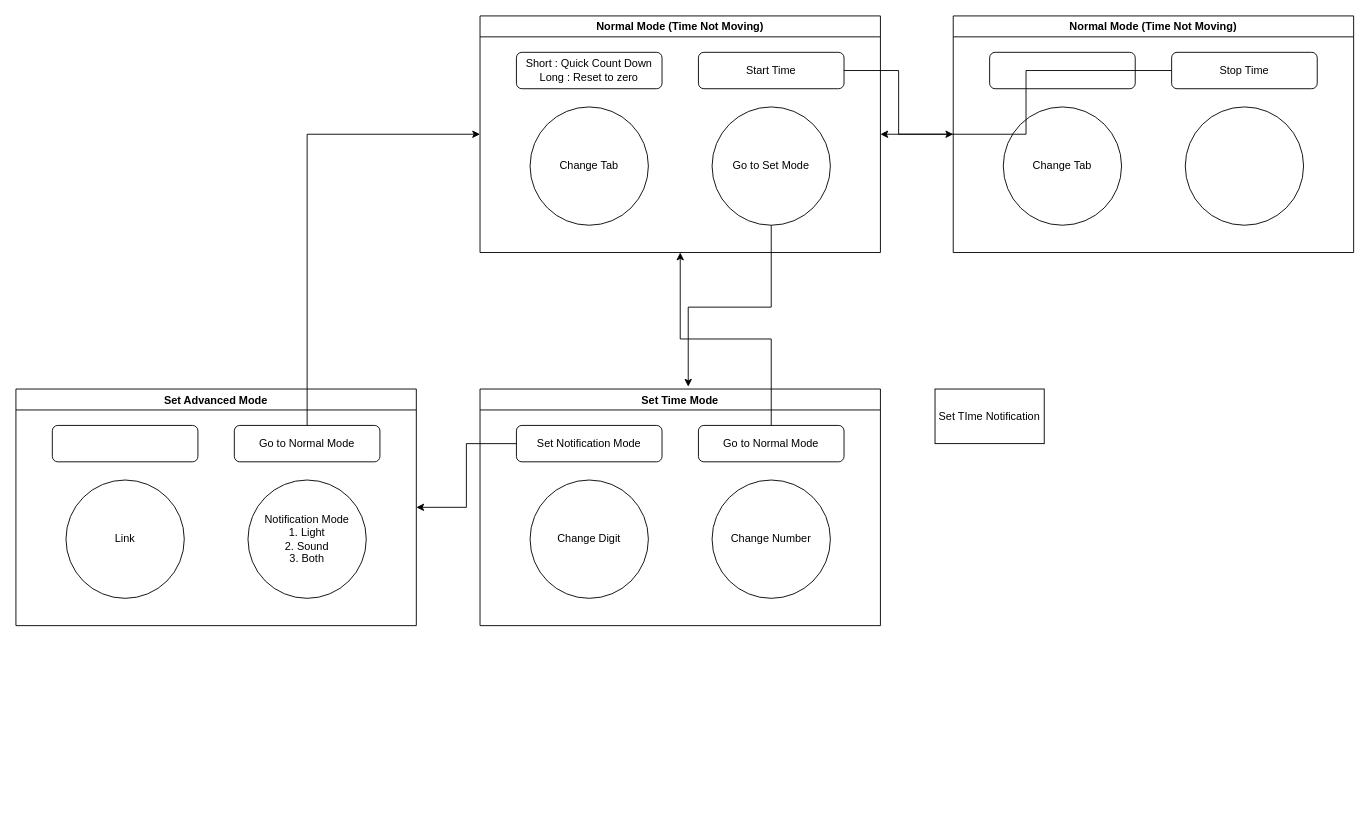
Earlier version of the draw.io diagram UX_Design.drawio (knowblesse/Mightimer). Source tidied: cells renumbered, new cells numbered last; positions are measured from the earlier drawing's top-left corner, leaving out a move shared by most shapes. Both pictures are drawn from the tidied source at 91%, with x=0, y=0 at pixel (15, 15).
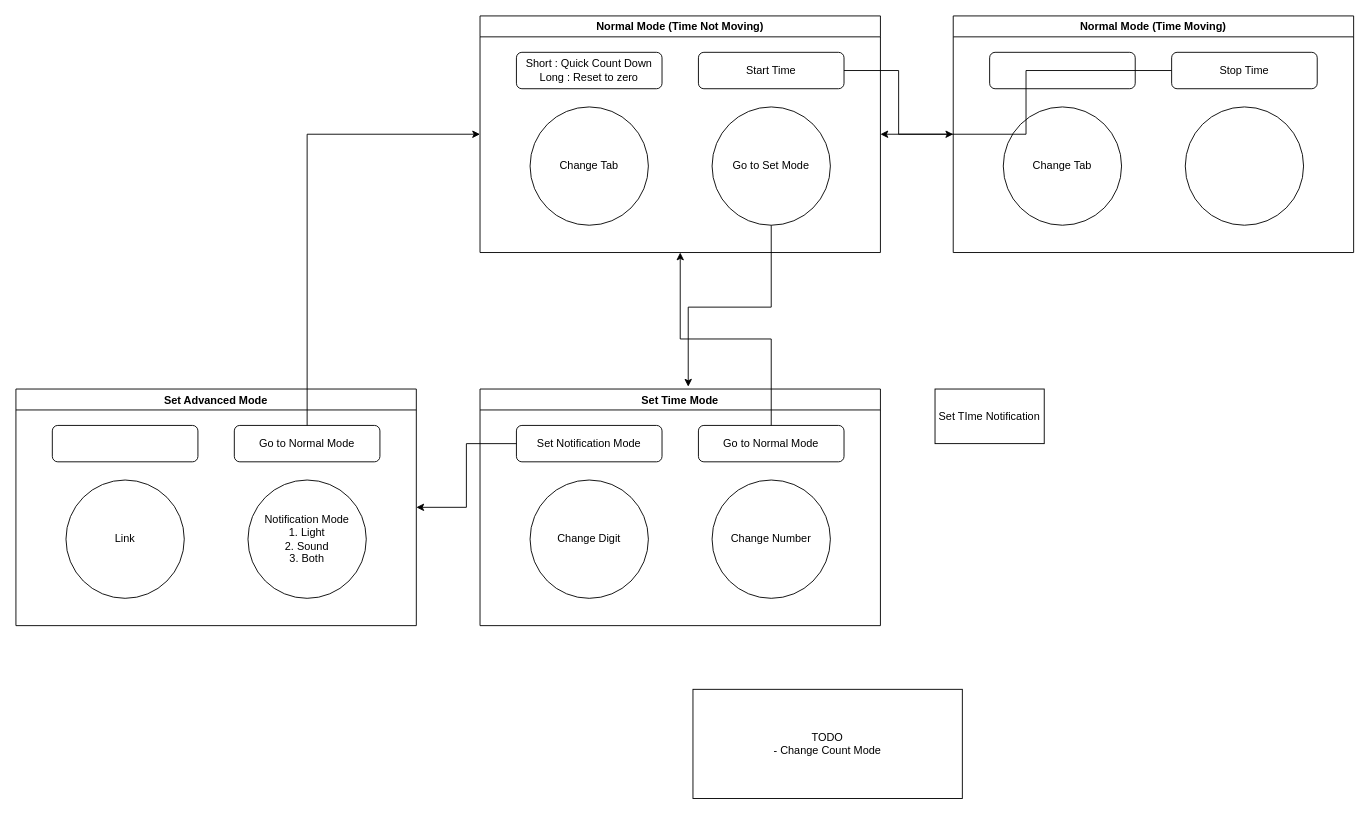
The same page after the edit.

Diff of the diagram source:
```diff
@@
-    <mxCell id="22" value="Normal Mode (Time Not Moving)" style="swimlane;" parent="1" vertex="1">
+    <mxCell id="22" value="Normal Mode (Time Moving)" style="swimlane;" parent="1" vertex="1">
       <mxGeometry x="1030" width="440" height="260" as="geometry" />
     </mxCell>
@@
+    <mxCell id="29" value="TODO&lt;br&gt;- Change Count Mode" style="rounded=0;whiteSpace=wrap;html=1;" parent="1" vertex="1">
+      <mxGeometry x="744" y="740" width="296" height="120" as="geometry" />
+    </mxCell>
```
